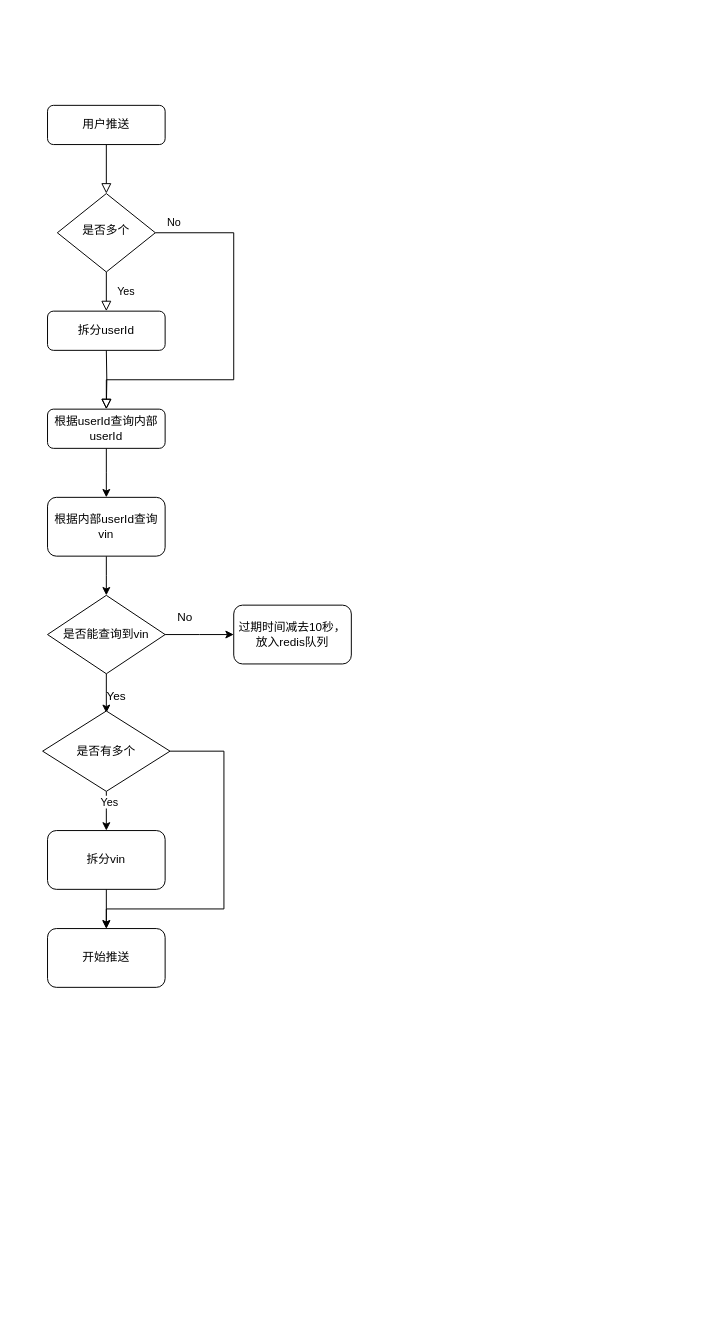
Above: 推送到用户.drawio in ecdatatangyu/springboot-demo (draw.io), before the change. Source tidied: cells renumbered, new cells numbered last; positions are measured from the earlier drawing's top-left corner, leaving out a move shared by most shapes. Both pictures are drawn from the tidied source at 98%, with x=0, y=0 at pixel (42, 105).
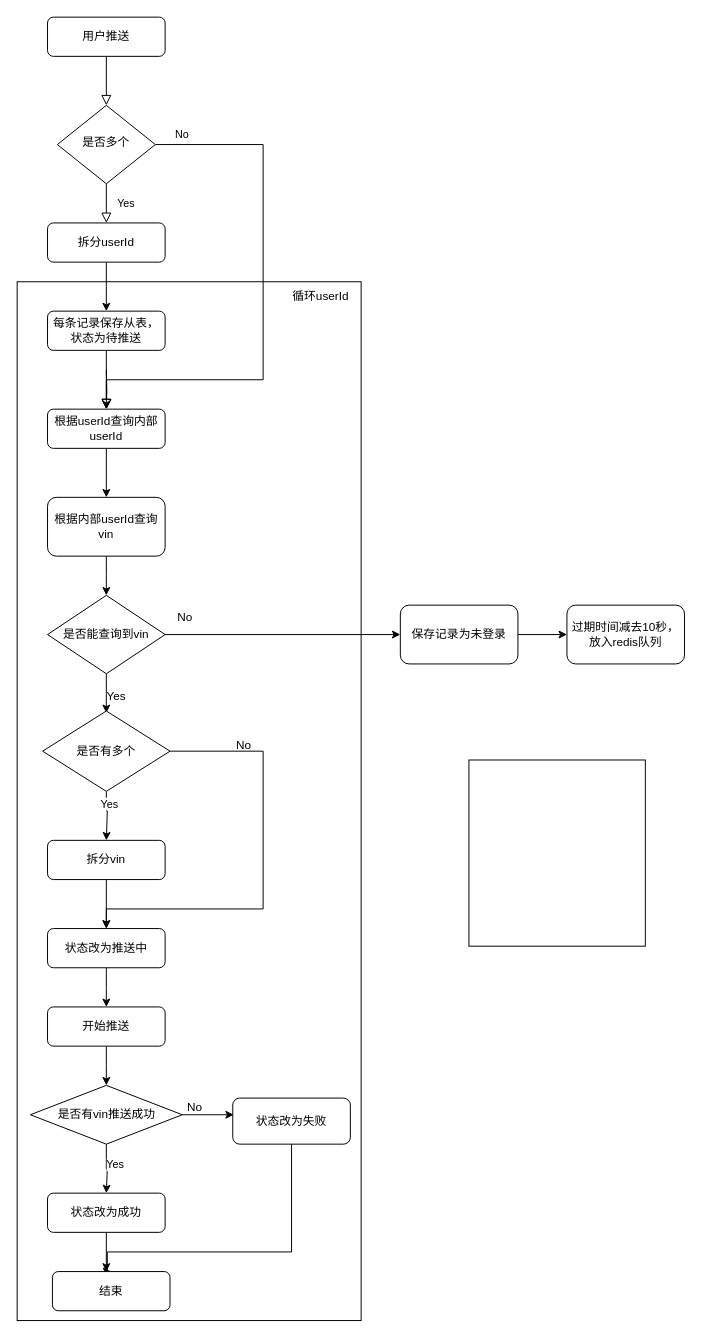
The same page after the edit.

Commit message (it also covers changes not shown here):
Update 推送到用户.drawio

The change refers to these unchanged cells:
```xml
<mxCell id="9" value="根据userId查询内部userId" style="rounded=1;whiteSpace=wrap;html=1;fontSize=12;glass=0;strokeWidth=1;shadow=0;" parent="1" vertex="1">
  <mxGeometry x="5" y="310" width="120" height="40" as="geometry" />
</mxCell>
<mxCell id="15" value="是否能查询到vin" style="rhombus;whiteSpace=wrap;html=1;" parent="1" vertex="1">
  <mxGeometry x="5" y="500" width="120" height="80" as="geometry" />
</mxCell>
<mxCell id="21" value="是否有多个" style="rhombus;whiteSpace=wrap;html=1;" parent="1" vertex="1">
  <mxGeometry y="618" width="130" height="82" as="geometry" />
</mxCell>
```

What changed in the source:
```diff
@@
+    <mxCell id="26" style="rounded=0;whiteSpace=wrap;html=1;" parent="1" vertex="1">
+      <mxGeometry x="-26" y="180" width="351" height="1060" as="geometry" />
+    </mxCell>
@@
     <mxCell id="3" value="用户推送" style="rounded=1;whiteSpace=wrap;html=1;fontSize=12;glass=0;strokeWidth=1;shadow=0;" parent="1" vertex="1">
-      <mxGeometry x="5" width="120" height="40" as="geometry" />
+      <mxGeometry x="5" y="-90" width="120" height="40" as="geometry" />
     </mxCell>
@@
     <mxCell id="5" value="No" style="edgeStyle=orthogonalEdgeStyle;rounded=0;html=1;jettySize=auto;fontSize=11;endArrow=block;endFill=0;endSize=8;strokeWidth=1;shadow=0;labelBackgroundColor=none;entryX=0.5;entryY=0;entryDx=0;entryDy=0;exitX=1;exitY=0.5;exitDx=0;exitDy=0;" parent="1" edge="1" source="6" target="9">
       <mxGeometry x="-0.9" y="10" relative="1" as="geometry">
         <Array as="points">
-          <mxPoint x="195" y="130" />
-          <mxPoint x="195" y="280" />
+          <mxPoint x="225" y="40" />
+          <mxPoint x="225" y="280" />
           <mxPoint x="65" y="280" />
         </Array>
       </mxGeometry>
     </mxCell>
     <mxCell id="6" value="是否多个" style="rhombus;whiteSpace=wrap;html=1;shadow=0;fontFamily=Helvetica;fontSize=12;align=center;strokeWidth=1;spacing=6;spacingTop=-4;" parent="1" vertex="1">
-      <mxGeometry x="15" y="90" width="100" height="80" as="geometry" />
+      <mxGeometry x="15" width="100" height="80" as="geometry" />
     </mxCell>
     <mxCell id="7" style="rounded=0;html=1;jettySize=auto;fontSize=11;endArrow=block;endFill=0;endSize=8;strokeWidth=1;shadow=0;labelBackgroundColor=none;edgeStyle=orthogonalEdgeStyle;" parent="1" edge="1" target="9">
       <mxGeometry x="-0.33" y="20" relative="1" as="geometry">
-        <mxPoint x="65" y="250" as="sourcePoint" />
+        <mxPoint x="65" y="270" as="sourcePoint" />
       </mxGeometry>
     </mxCell>
@@
+    <mxCell id="27" style="edgeStyle=orthogonalEdgeStyle;rounded=0;jettySize=auto;html=1;exitX=0.5;exitY=1;exitDx=0;exitDy=0;" parent="1" edge="1" source="10">
+      <mxGeometry relative="1" as="geometry">
+        <mxPoint x="65" y="210" as="targetPoint" />
+      </mxGeometry>
+    </mxCell>
     <mxCell id="10" value="拆分userId" style="rounded=1;whiteSpace=wrap;html=1;fontSize=12;glass=0;strokeWidth=1;shadow=0;" parent="1" vertex="1">
-      <mxGeometry x="5" y="210" width="120" height="40" as="geometry" />
+      <mxGeometry x="5" y="120" width="120" height="40" as="geometry" />
     </mxCell>
@@
-    <mxCell id="14" style="edgeStyle=orthogonalEdgeStyle;rounded=0;jettySize=auto;html=1;exitX=1;exitY=0.5;exitDx=0;exitDy=0;" parent="1" edge="1" source="15">
-      <mxGeometry relative="1" as="geometry">
-        <mxPoint x="195" y="540" as="targetPoint" />
-      </mxGeometry>
+    <mxCell id="14" style="edgeStyle=orthogonalEdgeStyle;rounded=0;jettySize=auto;html=1;exitX=1;exitY=0.5;exitDx=0;exitDy=0;entryX=0;entryY=0.5;entryDx=0;entryDy=0;" parent="1" edge="1" source="15" target="17">
+      <mxGeometry relative="1" as="geometry" />
     </mxCell>
@@
+    <mxCell id="28" style="edgeStyle=orthogonalEdgeStyle;rounded=0;jettySize=auto;html=1;exitX=1;exitY=0.5;exitDx=0;exitDy=0;entryX=0;entryY=0.5;entryDx=0;entryDy=0;" parent="1" edge="1" source="17" target="32">
+      <mxGeometry relative="1" as="geometry" />
+    </mxCell>
-    <mxCell id="17" value="过期时间减去10秒，放入redis队列" style="rounded=1;whiteSpace=wrap;html=1;" parent="1" vertex="1">
-      <mxGeometry x="195" y="510" width="120" height="60" as="geometry" />
+    <mxCell id="17" value="保存记录为未登录" style="rounded=1;whiteSpace=wrap;html=1;" parent="1" vertex="1">
+      <mxGeometry x="365" y="510" width="120" height="60" as="geometry" />
     </mxCell>
-    <mxCell id="18" style="edgeStyle=orthogonalEdgeStyle;rounded=0;jettySize=auto;html=1;exitX=0.5;exitY=1;exitDx=0;exitDy=0;" parent="1" edge="1" source="21">
+    <mxCell id="18" style="edgeStyle=orthogonalEdgeStyle;rounded=0;jettySize=auto;html=1;exitX=0.5;exitY=1;exitDx=0;exitDy=0;entryX=0.5;entryY=0;entryDx=0;entryDy=0;" parent="1" edge="1" source="21" target="24">
       <mxGeometry relative="1" as="geometry">
-        <mxPoint x="65" y="740" as="targetPoint" />
+        <Array as="points">
+          <mxPoint x="65" y="720" />
+          <mxPoint x="66" y="720" />
+        </Array>
       </mxGeometry>
     </mxCell>
@@
     <mxCell id="20" style="edgeStyle=orthogonalEdgeStyle;rounded=0;jettySize=auto;html=1;exitX=1;exitY=0.5;exitDx=0;exitDy=0;entryX=0.5;entryY=0;entryDx=0;entryDy=0;" parent="1" edge="1" source="21" target="25">
       <mxGeometry relative="1" as="geometry">
         <Array as="points">
-          <mxPoint x="185" y="659" />
-          <mxPoint x="185" y="820" />
+          <mxPoint x="225" y="659" />
+          <mxPoint x="225" y="820" />
           <mxPoint x="65" y="820" />
         </Array>
       </mxGeometry>
     </mxCell>
@@
     <mxCell id="24" value="拆分vin" style="rounded=1;whiteSpace=wrap;html=1;" parent="1" vertex="1">
-      <mxGeometry x="5" y="740" width="120" height="60" as="geometry" />
+      <mxGeometry x="5" y="750" width="120" height="40" as="geometry" />
     </mxCell>
+    <mxCell id="29" style="edgeStyle=orthogonalEdgeStyle;rounded=0;jettySize=auto;html=1;" parent="1" edge="1" source="25">
+      <mxGeometry relative="1" as="geometry">
+        <mxPoint x="65" y="920" as="targetPoint" />
+      </mxGeometry>
+    </mxCell>
-    <mxCell id="25" value="开始推送" style="rounded=1;whiteSpace=wrap;html=1;" parent="1" vertex="1">
-      <mxGeometry x="5" y="840" width="120" height="60" as="geometry" />
+    <mxCell id="25" value="状态改为推送中" style="rounded=1;whiteSpace=wrap;html=1;" parent="1" vertex="1">
+      <mxGeometry x="5" y="840" width="120" height="40" as="geometry" />
     </mxCell>
+    <mxCell id="30" style="edgeStyle=orthogonalEdgeStyle;rounded=0;jettySize=auto;html=1;" parent="1" edge="1" source="31" target="9">
+      <mxGeometry relative="1" as="geometry" />
+    </mxCell>
+    <mxCell id="31" value="每条记录保存从表，状态为待推送" style="rounded=1;whiteSpace=wrap;html=1;fontSize=12;glass=0;strokeWidth=1;shadow=0;" parent="1" vertex="1">
+      <mxGeometry x="5" y="210" width="120" height="40" as="geometry" />
+    </mxCell>
+    <mxCell id="32" value="过期时间减去10秒，放入redis队列" style="rounded=1;whiteSpace=wrap;html=1;" parent="1" vertex="1">
+      <mxGeometry x="535" y="510" width="120" height="60" as="geometry" />
+    </mxCell>
+    <mxCell id="33" value="No" style="text;html=1;align=center;verticalAlign=middle;strokeColor=none;fillColor=none;" parent="1" vertex="1">
+      <mxGeometry x="185" y="638" width="40" height="30" as="geometry" />
+    </mxCell>
+    <mxCell id="34" value="循环userId" style="text;html=1;align=center;verticalAlign=middle;whiteSpace=wrap;rounded=0;" parent="1" vertex="1">
+      <mxGeometry x="254" y="180" width="60" height="30" as="geometry" />
+    </mxCell>
+    <mxCell id="35" style="rounded=0;whiteSpace=wrap;html=1;" parent="1" vertex="1">
+      <mxGeometry x="435" y="668" width="180" height="190" as="geometry" />
+    </mxCell>
+    <mxCell id="36" style="edgeStyle=orthogonalEdgeStyle;rounded=0;jettySize=auto;html=1;exitX=0.5;exitY=1;exitDx=0;exitDy=0;" parent="1" edge="1" source="37">
+      <mxGeometry relative="1" as="geometry">
+        <mxPoint x="65" y="1000" as="targetPoint" />
+      </mxGeometry>
+    </mxCell>
+    <mxCell id="37" value="开始推送" style="rounded=1;whiteSpace=wrap;html=1;" parent="1" vertex="1">
+      <mxGeometry x="5" y="920" width="120" height="40" as="geometry" />
+    </mxCell>
+    <mxCell id="38" style="edgeStyle=orthogonalEdgeStyle;rounded=0;jettySize=auto;html=1;exitX=0.5;exitY=1;exitDx=0;exitDy=0;" parent="1" edge="1" source="39">
+      <mxGeometry relative="1" as="geometry">
+        <mxPoint x="65" y="1190" as="targetPoint" />
+      </mxGeometry>
+    </mxCell>
+    <mxCell id="39" value="状态改为成功" style="rounded=1;whiteSpace=wrap;html=1;" parent="1" vertex="1">
+      <mxGeometry x="5" y="1110" width="120" height="40" as="geometry" />
+    </mxCell>
+    <mxCell id="40" style="edgeStyle=orthogonalEdgeStyle;rounded=0;jettySize=auto;html=1;exitX=0.5;exitY=1;exitDx=0;exitDy=0;" parent="1" edge="1" source="43">
+      <mxGeometry relative="1" as="geometry">
+        <mxPoint x="65" y="1110" as="targetPoint" />
+        <Array as="points">
+          <mxPoint x="65" y="1085" />
+          <mxPoint x="66" y="1085" />
+        </Array>
+      </mxGeometry>
+    </mxCell>
+    <mxCell id="41" value="Yes" style="edgeLabel;html=1;align=center;verticalAlign=middle;" parent="40" vertex="1">
+      <mxGeometry x="-0.21" y="8" relative="1" as="geometry" />
+    </mxCell>
+    <mxCell id="42" style="edgeStyle=orthogonalEdgeStyle;rounded=0;jettySize=auto;html=1;" parent="1" edge="1" source="43">
+      <mxGeometry relative="1" as="geometry">
+        <mxPoint x="195" y="1030" as="targetPoint" />
+      </mxGeometry>
+    </mxCell>
+    <mxCell id="43" value="是否有vin推送成功" style="rhombus;whiteSpace=wrap;html=1;" parent="1" vertex="1">
+      <mxGeometry x="-12.5" y="1000" width="155" height="60" as="geometry" />
+    </mxCell>
+    <mxCell id="44" value="No" style="text;html=1;align=center;verticalAlign=middle;strokeColor=none;fillColor=none;" parent="1" vertex="1">
+      <mxGeometry x="135" y="1008" width="40" height="30" as="geometry" />
+    </mxCell>
+    <mxCell id="45" style="edgeStyle=orthogonalEdgeStyle;rounded=0;jettySize=auto;html=1;exitX=0.5;exitY=1;exitDx=0;exitDy=0;entryX=0.5;entryY=0;entryDx=0;entryDy=0;" parent="1" edge="1" source="46" target="47">
+      <mxGeometry relative="1" as="geometry">
+        <Array as="points">
+          <mxPoint x="254" y="1170" />
+          <mxPoint x="66" y="1170" />
+          <mxPoint x="66" y="1190" />
+        </Array>
+      </mxGeometry>
+    </mxCell>
+    <mxCell id="46" value="状态改为失败" style="rounded=1;whiteSpace=wrap;html=1;" parent="1" vertex="1">
+      <mxGeometry x="194" y="1013" width="120" height="47" as="geometry" />
+    </mxCell>
+    <mxCell id="47" value="结束" style="rounded=1;whiteSpace=wrap;html=1;" parent="1" vertex="1">
+      <mxGeometry x="10" y="1190" width="120" height="40" as="geometry" />
+    </mxCell>
```
